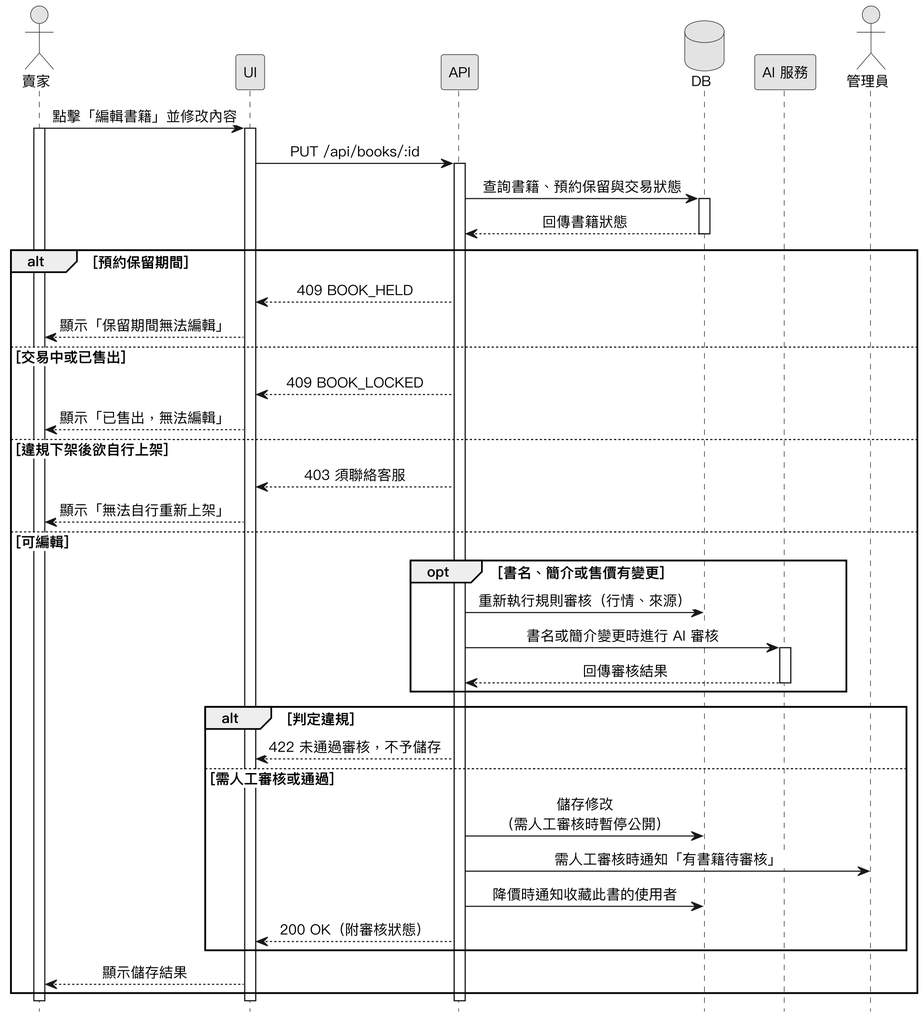
This is Diagrams/Sequence Diagrams/v3/seq_edit.png from SaveMyBook/SaveMyBook, a PlantUML export, as it was before one commit.
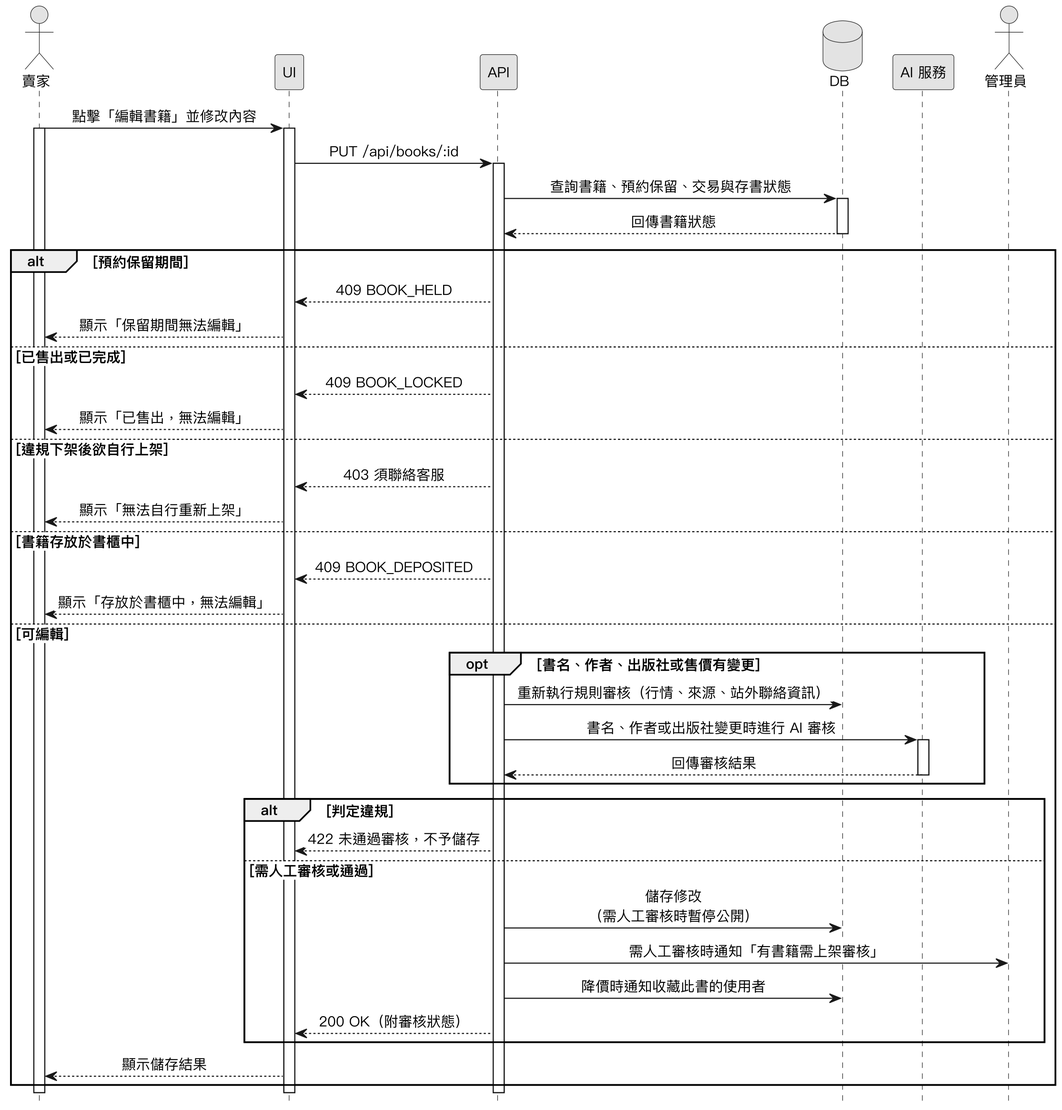
After the change.

Change to the diagram source:
```diff
@@ -20,7 +20,7 @@
 activate UI
 UI -> API : PUT /api/books/:id
 activate API
-API -> DB : 查詢書籍、預約保留與交易狀態
+API -> DB : 查詢書籍、預約保留、交易與存書狀態
 activate DB
 DB --> API : 回傳書籍狀態
 deactivate DB
@@ -28,16 +28,19 @@
 alt 預約保留期間
   API --> UI : 409 BOOK_HELD
   UI --> 賣家 : 顯示「保留期間無法編輯」
-else 交易中或已售出
+else 已售出或已完成
   API --> UI : 409 BOOK_LOCKED
   UI --> 賣家 : 顯示「已售出，無法編輯」
 else 違規下架後欲自行上架
   API --> UI : 403 須聯絡客服
   UI --> 賣家 : 顯示「無法自行重新上架」
+else 書籍存放於書櫃中
+  API --> UI : 409 BOOK_DEPOSITED
+  UI --> 賣家 : 顯示「存放於書櫃中，無法編輯」
 else 可編輯
-  opt 書名、簡介或售價有變更
-    API -> DB : 重新執行規則審核（行情、來源）
-    API -> AI : 書名或簡介變更時進行 AI 審核
+  opt 書名、作者、出版社或售價有變更
+    API -> DB : 重新執行規則審核（行情、來源、站外聯絡資訊）
+    API -> AI : 書名、作者或出版社變更時進行 AI 審核
     activate AI
     AI --> API : 回傳審核結果
     deactivate AI
@@ -46,7 +49,7 @@
     API --> UI : 422 未通過審核，不予儲存
   else 需人工審核或通過
     API -> DB : 儲存修改\n（需人工審核時暫停公開）
-    API -> 管理員 : 需人工審核時通知「有書籍待審核」
+    API -> 管理員 : 需人工審核時通知「有書籍需上架審核」
     API -> DB : 降價時通知收藏此書的使用者
     API --> UI : 200 OK（附審核狀態）
   end
```
